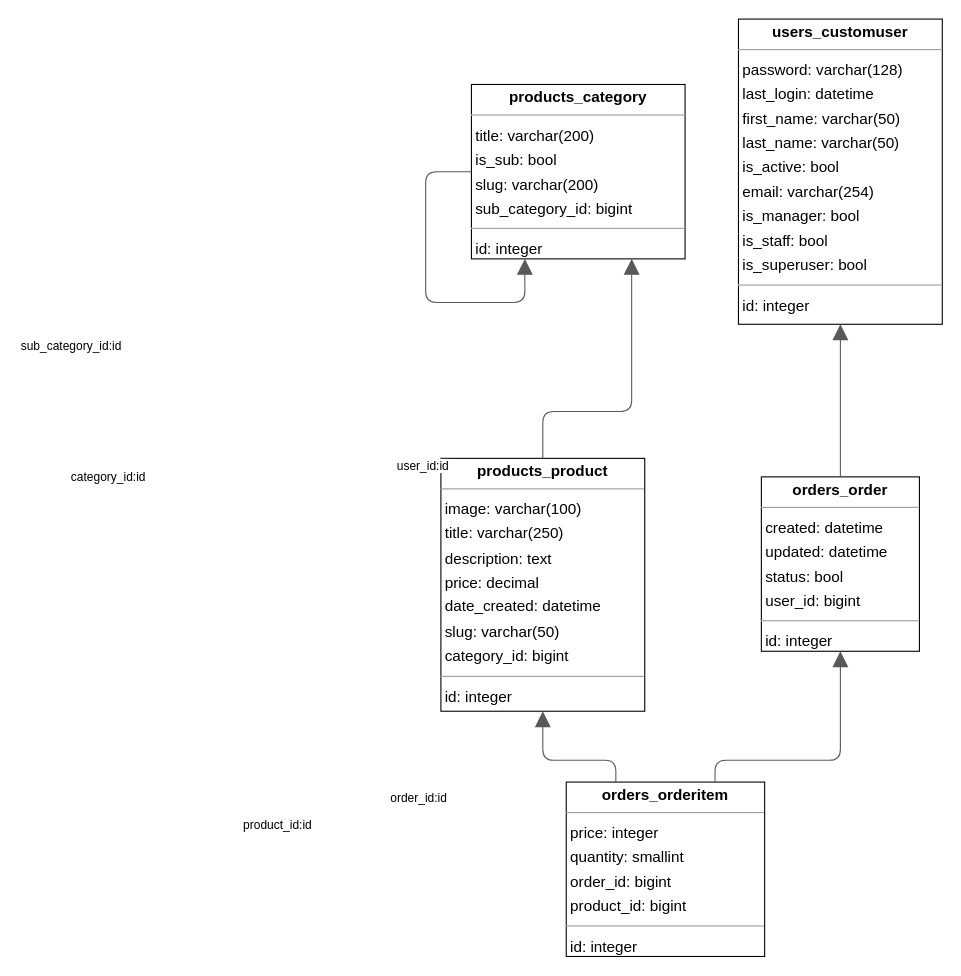
Earlier version of the draw.io diagram db_main.drawio (AlmasZh/django-shop-app). Source tidied: cells renumbered, new cells numbered last; positions are measured from the earlier drawing's top-left corner, leaving out a move shared by most shapes. Both pictures are drawn from the tidied source at 109%, with x=0, y=0 at pixel (393, 19).
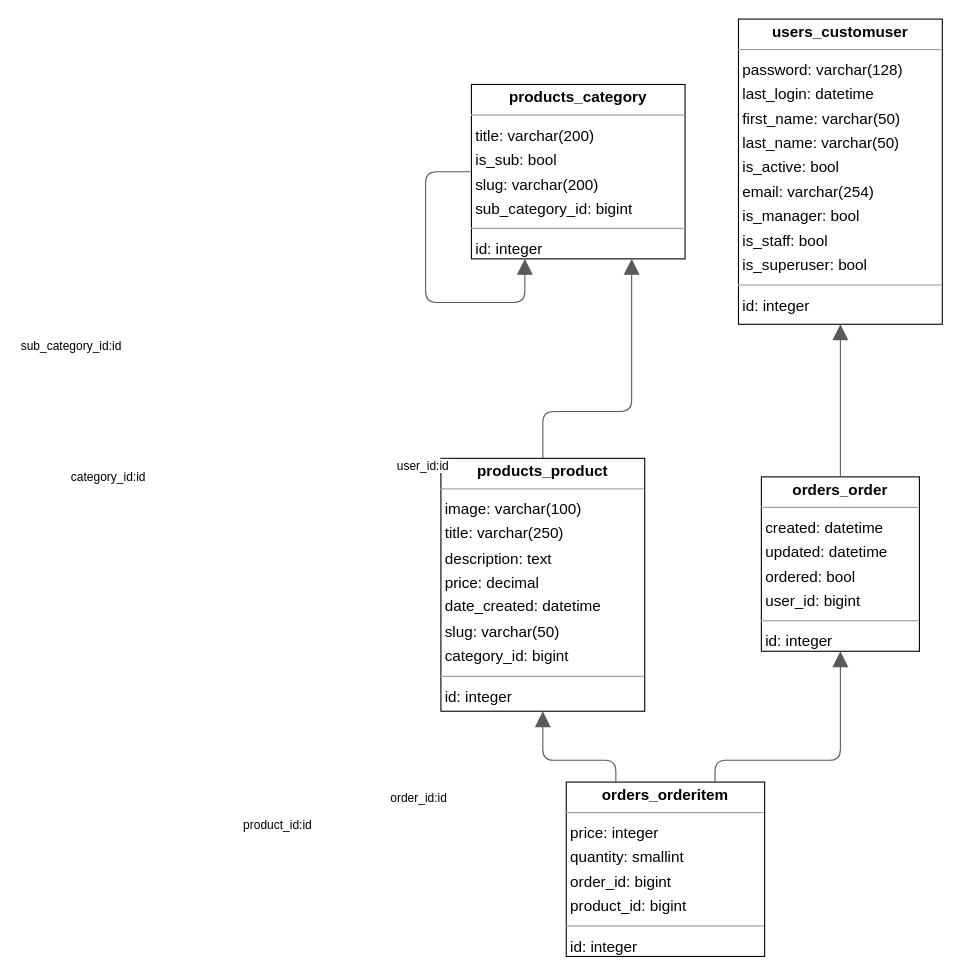
The same diagram, later.

Commit message (it also covers changes not shown here):
add Order and OrderItem models

What changed in the source:
```diff
@@
-    <mxCell id="2" value="&lt;p style=&quot;margin:0px;margin-top:4px;text-align:center;&quot;&gt;&lt;b&gt;orders_order&lt;/b&gt;&lt;/p&gt;&lt;hr size=&quot;1&quot;/&gt;&lt;p style=&quot;margin:0 0 0 4px;line-height:1.6;&quot;&gt; created: datetime&lt;br/&gt; updated: datetime&lt;br/&gt; status: bool&lt;br/&gt; user_id: bigint&lt;/p&gt;&lt;hr size=&quot;1&quot;/&gt;&lt;p style=&quot;margin:0 0 0 4px;line-height:1.6;&quot;&gt; id: integer&lt;/p&gt;" style="verticalAlign=top;align=left;overflow=fill;fontSize=14;fontFamily=Helvetica;html=1;rounded=0;shadow=0;comic=0;labelBackgroundColor=none;strokeWidth=1;" parent="1" vertex="1">
+    <mxCell id="2" value="&lt;p style=&quot;margin:0px;margin-top:4px;text-align:center;&quot;&gt;&lt;b&gt;orders_order&lt;/b&gt;&lt;/p&gt;&lt;hr size=&quot;1&quot;&gt;&lt;p style=&quot;margin:0 0 0 4px;line-height:1.6;&quot;&gt; created: datetime&lt;br&gt; updated: datetime&lt;br&gt; ordered: bool&lt;br&gt; user_id: bigint&lt;/p&gt;&lt;hr size=&quot;1&quot;&gt;&lt;p style=&quot;margin:0 0 0 4px;line-height:1.6;&quot;&gt; id: integer&lt;/p&gt;" style="verticalAlign=top;align=left;overflow=fill;fontSize=14;fontFamily=Helvetica;html=1;rounded=0;shadow=0;comic=0;labelBackgroundColor=none;strokeWidth=1;" parent="1" vertex="1">
       <mxGeometry x="337" y="420" width="145" height="160" as="geometry" />
     </mxCell>
```
